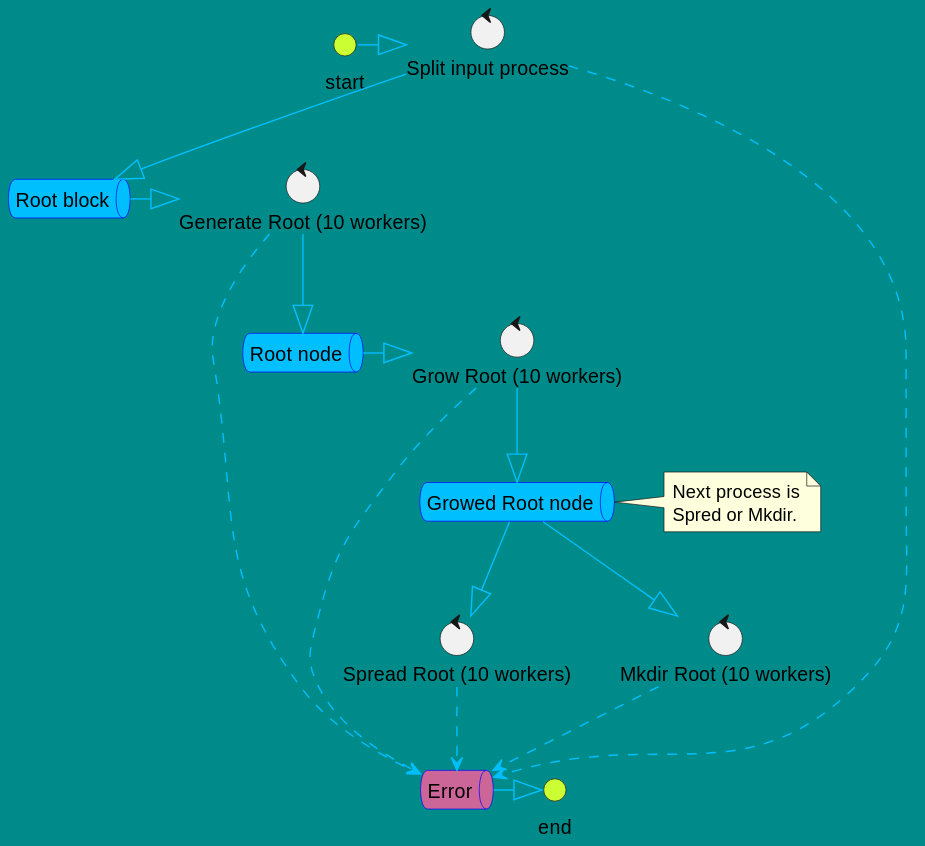
The PlantUML diagram process.svg in ddddddO/gtree, before a commit.
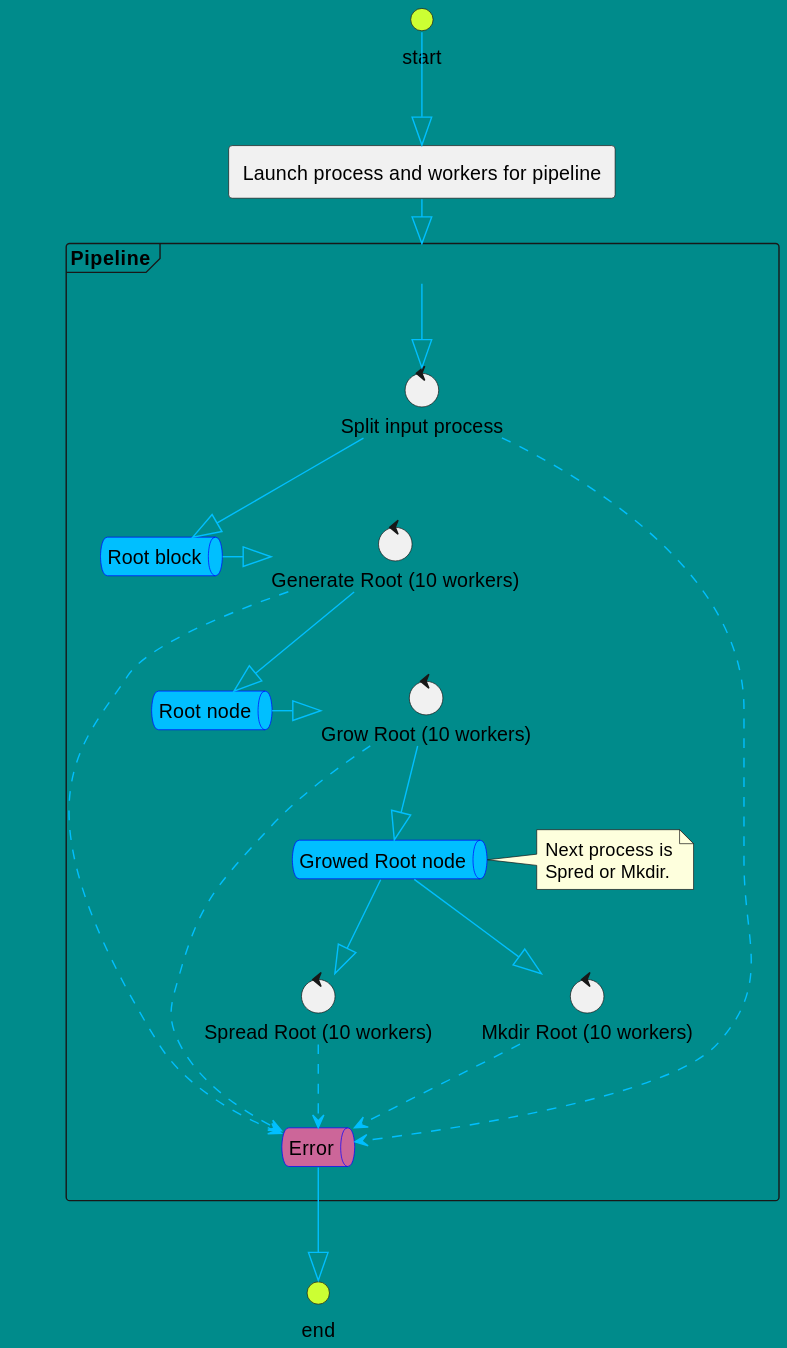
Later version of the same file.

Diff of the diagram source:
```diff
@@ -3,37 +3,45 @@
   backgroundColor DarkCyan
 
   InterfaceBackgroundColor #CCFF33
+  ComponentStyle rectangle
   ArrowColor DeepSkyBlue
   QueueBorderColor blue
   QueueBackgroundColor DeepSkyBlue
 }
 
+
 interface start
 
-control "Split input process" as split_proc
-control "Generate Root (10 workers)" as generate_root_worker
-control "Grow Root (10 workers)" as grow_worker
-control "Spread Root (10 workers)" as spread_worker
-control "Mkdir Root (10 workers)" as mkdir_worker
+[Launch process and workers for pipeline] as init
 
-queue "Root block" as split_q
-queue "Root node" as root_q
-queue "Growed Root node" as growing_q
-note right of growing_q
-Next process is
-Spred or Mkdir.
-end note
+frame "Pipeline" as pipeline {
+  control "Split input process" as split_proc
+  control "Generate Root (10 workers)" as generate_root_worker
+  control "Grow Root (10 workers)" as grow_worker
+  control "Spread Root (10 workers)" as spread_worker
+  control "Mkdir Root (10 workers)" as mkdir_worker
 
-queue Error as err #CC6699
+  queue "Root block" as split_q
+  queue "Root node" as root_q
+  queue "Growed Root node" as growing_q
+  note right of growing_q
+  Next process is
+  Spred or Mkdir.
+  end note
+  queue Error as err #CC6699
+}
+
 interface end
 
-start -|> split_proc
+
+start --|> init
+init --|> pipeline
+pipeline --|> split_proc
 split_proc --|> split_q
 split_q -|> generate_root_worker
 generate_root_worker --|> root_q
 root_q -|> grow_worker
 grow_worker --|> growing_q
-
 growing_q -|> spread_worker
 growing_q --|> mkdir_worker
 
@@ -43,5 +51,5 @@
 spread_worker ..> err
 mkdir_worker ..> err
 
-err -|> end
+err --|> end
 @enduml
```
